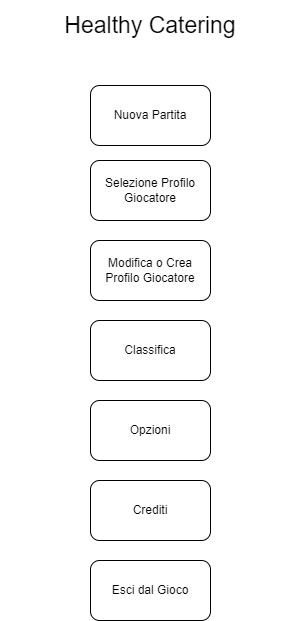
Above: doc/img/MenuDiGioco.png in zSavT/Healthy-Catering (draw.io), before the change. Source tidied: cells renumbered, new cells last; positions are measured from the earlier drawing's top-left corner, leaving out a move shared by most shapes.
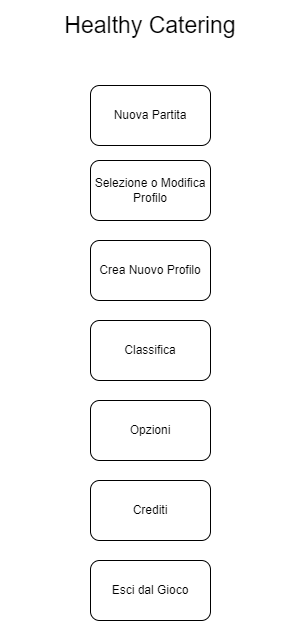
After the commit.

Diff of the diagram source:
```diff
@@ -5,7 +5,7 @@
     <mxCell id="2" value="Nuova Partita" style="rounded=1;whiteSpace=wrap;html=1;" parent="1" vertex="1">
       <mxGeometry x="90" y="85" width="120" height="60" as="geometry" />
     </mxCell>
-    <mxCell id="3" value="Selezione Profilo Giocatore" style="rounded=1;whiteSpace=wrap;html=1;" parent="1" vertex="1">
+    <mxCell id="3" value="Selezione o Modifica Profilo" style="rounded=1;whiteSpace=wrap;html=1;" parent="1" vertex="1">
       <mxGeometry x="90" y="160" width="120" height="60" as="geometry" />
     </mxCell>
     <mxCell id="4" value="&lt;font style=&quot;font-size: 23px&quot;&gt;Healthy Catering&lt;/font&gt;" style="text;html=1;strokeColor=none;fillColor=none;align=center;verticalAlign=middle;whiteSpace=wrap;rounded=0;" parent="1" vertex="1">
@@ -23,7 +23,7 @@
     <mxCell id="8" value="Esci dal Gioco" style="rounded=1;whiteSpace=wrap;html=1;" parent="1" vertex="1">
       <mxGeometry x="90" y="560" width="120" height="60" as="geometry" />
     </mxCell>
-    <mxCell id="9" value="Modifica o Crea Profilo Giocatore" style="rounded=1;whiteSpace=wrap;html=1;" parent="1" vertex="1">
+    <mxCell id="9" value="Crea Nuovo Profilo" style="rounded=1;whiteSpace=wrap;html=1;" parent="1" vertex="1">
       <mxGeometry x="90" y="240" width="120" height="60" as="geometry" />
     </mxCell>
   </root>
```
